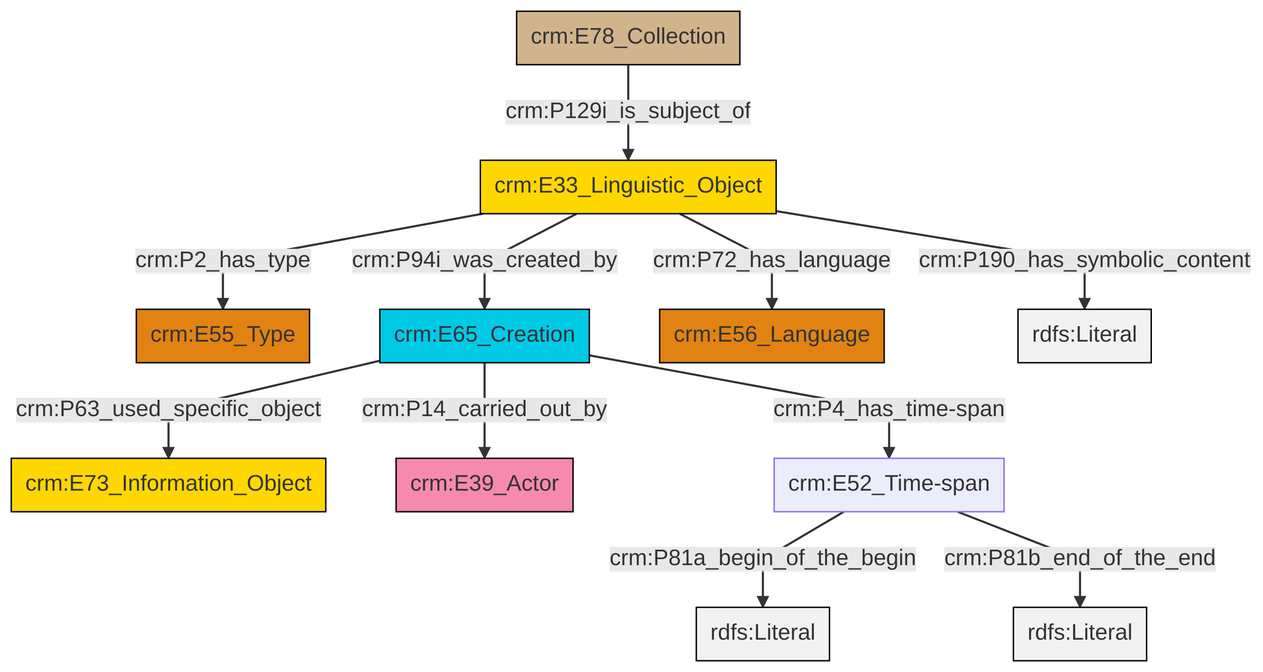
swiss-art-research-net/docs.swissartresearch keeps this Mermaid diagram as et/archivalCSV/ttl/mmd/png/archival_desc.png. Above is the earlier version. Its source is kept beside it as et/archivalCSV/ttl/mmd/archival_desc.ttl.mmd.
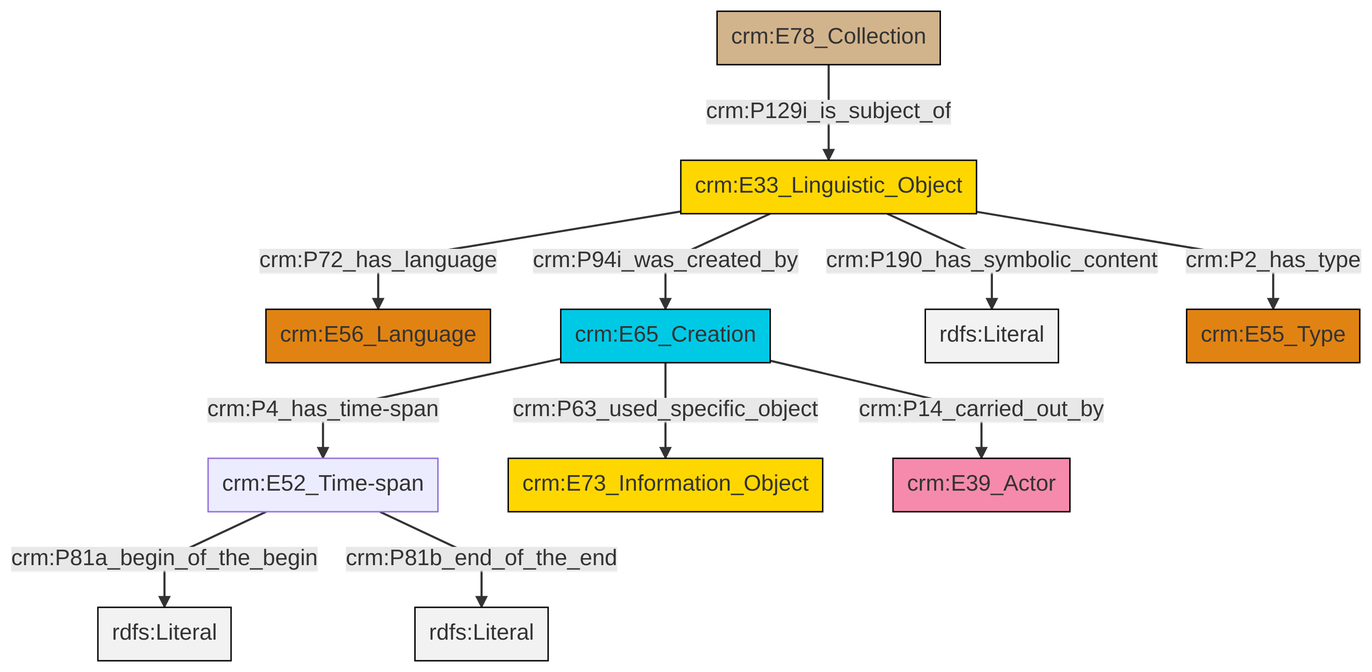
Above is the later version.

Change to the diagram source:
```diff
@@ -13,13 +13,13 @@
 classDef PC_Classes fill:#4ce600, stroke:#000000;
 classDef Multi fill:#cccccc,stroke:#000000;
 
-10["crm:E65_Creation"]:::Temporal_Entity -->|crm:P4_has_time-span| 11["crm:E52_Time-span"]:::Default
-10["crm:E65_Creation"]:::Temporal_Entity -->|crm:P63_used_specific_object| 6["crm:E73_Information_Object"]:::Conceptual_Object
-4["crm:E33_Linguistic_Object"]:::Conceptual_Object -->|crm:P2_has_type| 0["crm:E55_Type"]:::Type
-4["crm:E33_Linguistic_Object"]:::Conceptual_Object -->|crm:P72_has_language| 12["crm:E56_Language"]:::Type
-2["crm:E78_Collection"]:::Physical_Thing -->|crm:P129i_is_subject_of| 4["crm:E33_Linguistic_Object"]:::Conceptual_Object
-4["crm:E33_Linguistic_Object"]:::Conceptual_Object -->|crm:P94i_was_created_by| 10["crm:E65_Creation"]:::Temporal_Entity
-10["crm:E65_Creation"]:::Temporal_Entity -->|crm:P14_carried_out_by| 8["crm:E39_Actor"]:::Actor
-11["crm:E52_Time-span"]:::Default -->|crm:P81a_begin_of_the_begin| 14[rdfs:Literal]:::Literal
-11["crm:E52_Time-span"]:::Default -->|crm:P81b_end_of_the_end| 15[rdfs:Literal]:::Literal
-4["crm:E33_Linguistic_Object"]:::Conceptual_Object -->|crm:P190_has_symbolic_content| 16[rdfs:Literal]:::Literal
+0["crm:E33_Linguistic_Object"]:::Conceptual_Object -->|crm:P72_has_language| 2["crm:E56_Language"]:::Type
+3["crm:E65_Creation"]:::Temporal_Entity -->|crm:P63_used_specific_object| 7["crm:E73_Information_Object"]:::Conceptual_Object
+5["crm:E52_Time-span"]:::Default -->|crm:P81a_begin_of_the_begin| 8[rdfs:Literal]:::Literal
+0["crm:E33_Linguistic_Object"]:::Conceptual_Object -->|crm:P190_has_symbolic_content| 9[rdfs:Literal]:::Literal
+0["crm:E33_Linguistic_Object"]:::Conceptual_Object -->|crm:P2_has_type| 10["crm:E55_Type"]:::Type
+3["crm:E65_Creation"]:::Temporal_Entity -->|crm:P4_has_time-span| 5["crm:E52_Time-span"]:::Default
+14["crm:E78_Collection"]:::Physical_Thing -->|crm:P129i_is_subject_of| 0["crm:E33_Linguistic_Object"]:::Conceptual_Object
+3["crm:E65_Creation"]:::Temporal_Entity -->|crm:P14_carried_out_by| 11["crm:E39_Actor"]:::Actor
+5["crm:E52_Time-span"]:::Default -->|crm:P81b_end_of_the_end| 17[rdfs:Literal]:::Literal
+0["crm:E33_Linguistic_Object"]:::Conceptual_Object -->|crm:P94i_was_created_by| 3["crm:E65_Creation"]:::Temporal_Entity
```
